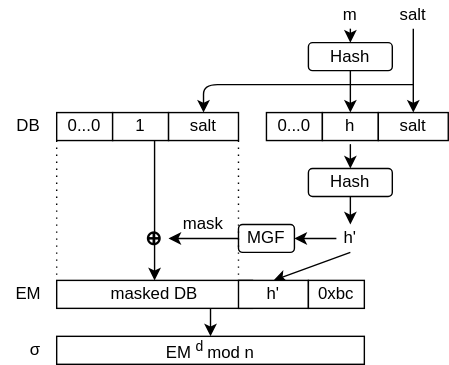
herumi/lecture-crypto keeps this draw.io diagram as images/lec-rsassa-pss-sign.drawio.svg. Above is the earlier version. Source tidied: cells renumbered, new cells last; positions are measured from the earlier drawing's top-left corner, leaving out a move shared by most shapes.
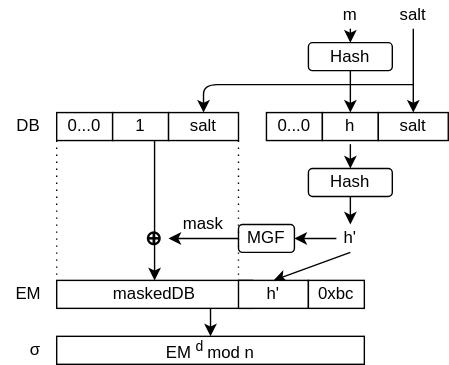
After the change.

Commit message:
masked DB->maskedDB

Change to the diagram source:
```diff
@@ -97,7 +97,7 @@
     <mxCell id="27" style="edgeStyle=none;html=1;exitX=1;exitY=1;exitDx=0;exitDy=0;entryX=0;entryY=0;entryDx=0;entryDy=0;endArrow=none;endFill=0;dashed=1;dashPattern=1 4;" parent="1" edge="1" source="19" target="30">
       <mxGeometry relative="1" as="geometry" />
     </mxCell>
-    <mxCell id="28" value="masked DB" style="rounded=0;whiteSpace=wrap;html=1;" parent="1" vertex="1">
+    <mxCell id="28" value="maskedDB" style="rounded=0;whiteSpace=wrap;html=1;" parent="1" vertex="1">
       <mxGeometry x="40" y="200" width="140" height="20" as="geometry" />
     </mxCell>
     <mxCell id="29" value="DB" style="text;html=1;align=center;verticalAlign=middle;whiteSpace=wrap;rounded=0;" parent="1" vertex="1">
```
